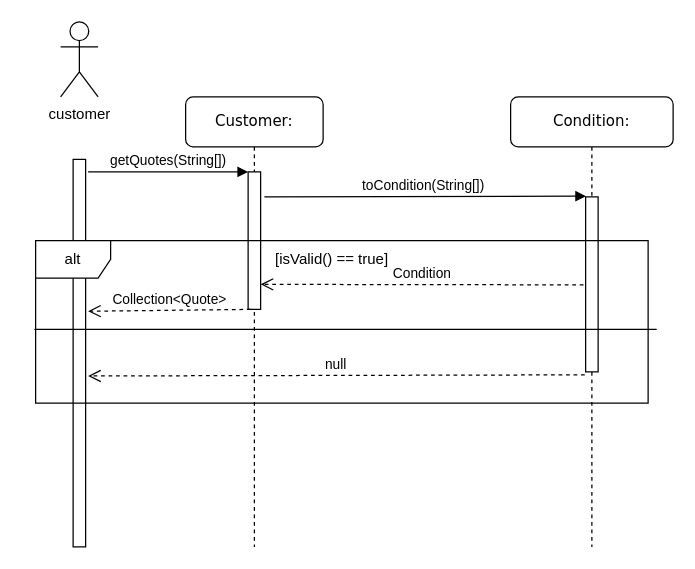
SatoMichi/SE_CW_Bike_Rental_System keeps this draw.io diagram as page "Page-1" (1 of 3) of diagram/cw2_sequence_communication.drawio. Above is the earlier version. Source tidied: cells renumbered, new cells numbered last; positions are measured from the earlier drawing's top-left corner, leaving out a move shared by most shapes. Both pictures are drawn from the tidied source at 125%, with x=0, y=0 at pixel (35, 21).
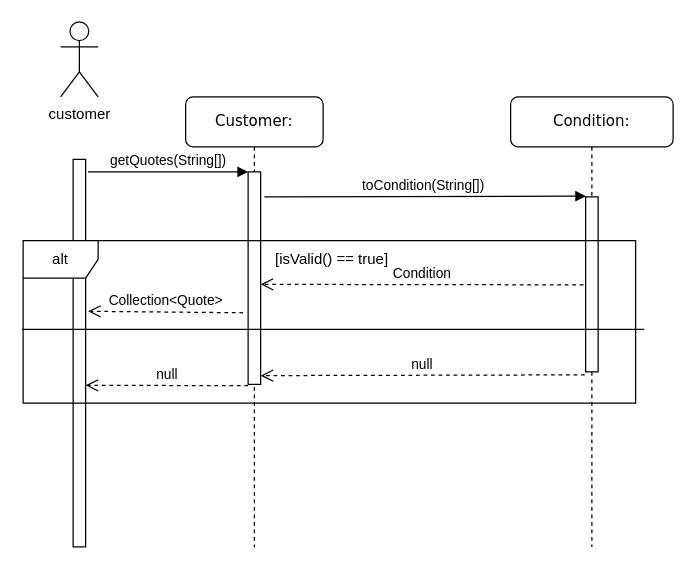
After the change.

Commit message:
small change in Sequence diagram

The change refers to these unchanged cells:
```xml
<mxCell id="2" value="Customer:" style="shape=umlLifeline;perimeter=lifelinePerimeter;whiteSpace=wrap;html=1;rounded=1;shadow=0;comic=0;labelBackgroundColor=none;strokeColor=#000000;strokeWidth=1;fillColor=#FFFFFF;fontFamily=Verdana;fontSize=12;fontColor=#000000;align=center;" parent="1" vertex="1">
  <mxGeometry x="120" y="60" width="110" height="360" as="geometry" />
</mxCell>
<mxCell id="5" style="html=1;points=[];perimeter=orthogonalPerimeter;" parent="1" vertex="1">
  <mxGeometry x="30" y="110" width="10" height="310" as="geometry" />
</mxCell>
<mxCell id="9" style="html=1;points=[];perimeter=orthogonalPerimeter;rounded=0;shadow=0;comic=0;labelBackgroundColor=none;strokeColor=#000000;strokeWidth=1;fillColor=#FFFFFF;fontFamily=Verdana;fontSize=12;fontColor=#000000;align=center;" parent="8" vertex="1">
  <mxGeometry x="60" y="80" width="10" height="140" as="geometry" />
</mxCell>
```

What changed in the source:
```diff
@@
     <mxCell id="3" style="html=1;points=[];perimeter=orthogonalPerimeter;rounded=0;shadow=0;comic=0;labelBackgroundColor=none;strokeColor=#000000;strokeWidth=1;fillColor=#FFFFFF;fontFamily=Verdana;fontSize=12;fontColor=#000000;align=center;" parent="2" vertex="1">
-      <mxGeometry x="50" y="60" width="10" height="110" as="geometry" />
+      <mxGeometry x="50" y="60" width="10" height="170" as="geometry" />
     </mxCell>
@@
-    <mxCell id="10" value="null" style="html=1;verticalAlign=bottom;endArrow=open;dashed=1;endSize=8;exitX=-0.067;exitY=1.017;exitDx=0;exitDy=0;exitPerimeter=0;entryX=1.2;entryY=0.559;entryDx=0;entryDy=0;entryPerimeter=0;" parent="1" edge="1" source="9" target="5">
-      <mxGeometry relative="1" as="geometry" />
+    <mxCell id="10" value="null" style="html=1;verticalAlign=bottom;endArrow=open;dashed=1;endSize=8;exitX=-0.067;exitY=1.017;exitDx=0;exitDy=0;exitPerimeter=0;" parent="1" edge="1" source="9">
+      <mxGeometry relative="1" as="geometry">
+        <mxPoint x="180" y="283" as="targetPoint" />
+      </mxGeometry>
     </mxCell>
-    <mxCell id="11" value="Collection&amp;lt;Quote&amp;gt;" style="html=1;verticalAlign=bottom;endArrow=open;dashed=1;endSize=8;exitX=0.2;exitY=1;exitDx=0;exitDy=0;exitPerimeter=0;entryX=1.2;entryY=0.392;entryDx=0;entryDy=0;entryPerimeter=0;" parent="1" edge="1" source="3" target="5">
+    <mxCell id="11" value="Collection&amp;lt;Quote&amp;gt;" style="html=1;verticalAlign=bottom;endArrow=open;dashed=1;endSize=8;exitX=-0.4;exitY=0.663;exitDx=0;exitDy=0;exitPerimeter=0;entryX=1.2;entryY=0.392;entryDx=0;entryDy=0;entryPerimeter=0;" parent="1" edge="1" source="3" target="5">
       <mxGeometry relative="1" as="geometry" />
     </mxCell>
     <mxCell id="12" value="alt" style="shape=umlFrame;whiteSpace=wrap;html=1;" parent="1" vertex="1">
-      <mxGeometry y="175" width="490" height="130" as="geometry" />
+      <mxGeometry x="-10" y="175" width="490" height="130" as="geometry" />
     </mxCell>
@@
+    <mxCell id="16" value="null" style="html=1;verticalAlign=bottom;endArrow=open;dashed=1;endSize=8;entryX=1.2;entryY=0.559;entryDx=0;entryDy=0;entryPerimeter=0;" parent="1" edge="1">
+      <mxGeometry relative="1" as="geometry">
+        <mxPoint x="170" y="291" as="sourcePoint" />
+        <mxPoint x="40" y="290.8" as="targetPoint" />
+      </mxGeometry>
+    </mxCell>
```
